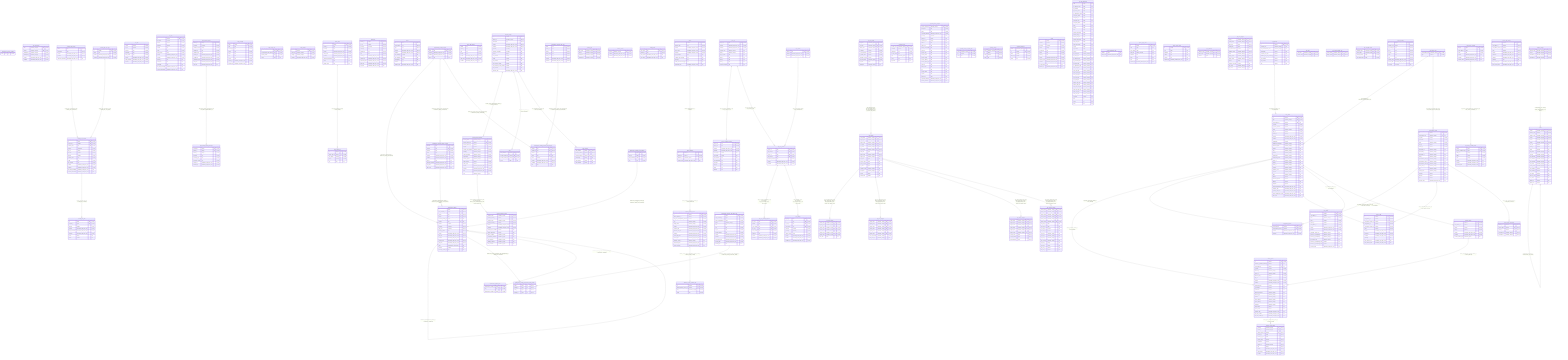
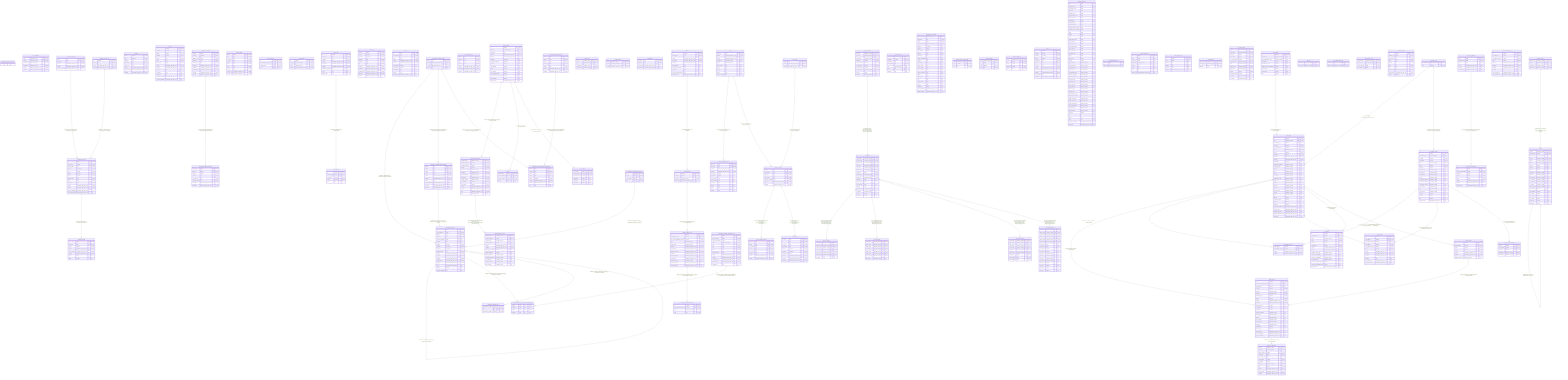
erDiagram

    allowed_tms_sensor_constant {
        name text PK "not null"
    }

    camera_preset {
        id numeric PK "not null"
        nearest_rd_weather_station_id numeric FK "null"
        road_station_id numeric FK "null"
        is_public boolean "not null"
        camera_id character_varying "not null"
        preset_id character_varying "not null"
        camera_lotju_id numeric "not null"
        lotju_id numeric "not null"
        created timestamp_with_time_zone "not null"
        modified timestamp_with_time_zone "not null"
        default_direction boolean "null"
        in_collection boolean "null"
        publishable boolean "null"
        camera_description character_varying "null"
        camera_type character_varying "null"
        direction character_varying "null"
        preset_name_1 character_varying "null"
        preset_name_2 character_varying "null"
        resolution character_varying "null"
        compression numeric "null"
        preset_order numeric "null"
        obsolete_date timestamp_with_time_zone "null"
        pic_last_modified timestamp_with_time_zone "null"
        pic_last_modified_db timestamp_with_time_zone "null"
    }

    camera_preset_history {
        preset_id character_varying PK "not null"
        version_id character_varying PK "not null"
        camera_preset_id numeric FK "not null"
        preset_seq bigint "not null"
        preset_seq_prev bigint "not null"
        preset_public boolean "not null"
        publishable boolean "not null"
        camera_id character_varying "not null"
        size integer "not null"
        created timestamp_with_time_zone "not null"
        last_modified timestamp_with_time_zone "not null"
        modified timestamp_with_time_zone "not null"
    }

    code_description {
        code character_varying PK "not null"
        domain character_varying PK "not null"
        description_en character_varying "not null"
        description_fi character_varying "not null"
        created timestamp_with_time_zone "not null"
        modified timestamp_with_time_zone "not null"
    }

    counting_site_counter {
        id bigint PK "not null"
        user_type_id smallint FK "not null"
        domain_name text FK "not null"
        location geography "not null"
        site_id integer "not null"
        direction smallint "not null"
        interval smallint "not null"
        domain_name text "not null"
        name text "not null"
        site_domain text "not null"
        created timestamp_with_time_zone "not null"
        modified timestamp_with_time_zone "not null"
        last_data_timestamp timestamp_with_time_zone "null"
        removed_timestamp timestamp_with_time_zone "null"
    }

    counting_site_data {
        id bigint PK "not null"
        counter_id bigint FK "not null"
        interval smallint "not null"
        created timestamp_with_time_zone "not null"
        data_timestamp timestamp_with_time_zone "not null"
        modified timestamp_with_time_zone "not null"
        count integer "null"
        status smallint "null"
    }

    counting_site_domain {
        name text PK "not null"
        description text "not null"
        created timestamp_with_time_zone "not null"
        modified timestamp_with_time_zone "not null"
        removed_timestamp timestamp_with_time_zone "null"
    }

    counting_site_user_type {
        id smallint PK "not null"
        name text "not null"
        created timestamp_with_time_zone "not null"
        modified timestamp_with_time_zone "not null"
    }

    cs2_data {
        counts numeric "not null"
        site_id numeric "not null"
        direction text "not null"
        granularity text "not null"
        travel_mode text "not null"
        created timestamp_with_time_zone "not null"
        data_timestamp timestamp_with_time_zone "not null"
        modified timestamp_with_time_zone "not null"
    }

    cs2_site {
        id numeric PK "not null"
        directional boolean "not null"
        latitude numeric "not null"
        longitude numeric "not null"
        domain text "not null"
        name text "not null"
        travel_modes text[] "not null"
        created timestamp_with_time_zone "not null"
        modified timestamp_with_time_zone "not null"
        custom_id text "null"
        description text "null"
        granularity text "null"
        last_data_timestamp timestamp_with_time_zone "null"
        removed_timestamp timestamp_with_time_zone "null"
    }

    data_datex2_situation {
        datex2_id integer PK "not null"
        geometry geometry "not null"
        situation_version integer "not null"
        situation_id text "not null"
        situation_type text "not null"
        created_at timestamp_with_time_zone "not null"
        modified_at timestamp_with_time_zone "not null"
        publication_time timestamp_with_time_zone "not null"
        start_time timestamp_with_time_zone "not null"
        end_time timestamp_with_time_zone "null"
    }

    data_datex2_situation_message {
        message_id integer PK "not null"
        datex2_id integer FK "not null"
        datex2_id integer "not null"
        message text "not null"
        message_type text "not null"
        message_version text "not null"
        created_at timestamp_with_time_zone "not null"
        modified_at timestamp_with_time_zone "not null"
    }

    data_incoming {
        data_id integer PK "not null"
        data text "not null"
        message_id text "not null"
        source text "not null"
        status text "not null"
        type text "not null"
        version text "not null"
        created_at timestamp_with_time_zone "not null"
        modified_at timestamp_with_time_zone "not null"
    }

    data_source_info {
        id text PK "not null"
        recommended_fetch_interval text "not null"
        update_interval text "not null"
        source text "null"
    }

    data_updated {
        id numeric PK "not null"
        data_type character_varying "not null"
        subtype character_varying "not null"
        updated timestamp_with_time_zone "not null"
    }

    datex2 {
        id numeric PK "not null"
        situation_type text "not null"
        created timestamp_with_time_zone "not null"
        import_date timestamp_with_time_zone "not null"
        modified timestamp_with_time_zone "not null"
        json_message json "null"
        original_json_message json "null"
        message text "null"
        traffic_announcement_type text "null"
        publication_time timestamp_with_time_zone "null"
    }

    datex2_rtti {
        datex2_id integer PK "not null"
        is_srti boolean "not null"
        geometry geometry "not null"
        message text "not null"
        situation_id text "not null"
        type text "not null"
        created_at timestamp_with_time_zone "not null"
        modified_at timestamp_with_time_zone "not null"
        publication_time timestamp_with_time_zone "not null"
        start_time timestamp_with_time_zone "not null"
        end_time timestamp_with_time_zone "null"
    }

    datex2_situation {
        id numeric PK "not null"
        datex2_id numeric FK "not null"
        situation_id character_varying "not null"
        version_time timestamp_with_time_zone "null"
    }

    datex2_situation_record {
        id numeric PK "not null"
        datex2_situation_id numeric FK "not null"
        life_cycle_management_canceled boolean "not null"
        type character_varying "not null"
        validy_status character_varying "not null"
        created timestamp_with_time_zone "not null"
        creation_time timestamp_with_time_zone "not null"
        effective_end_time timestamp_with_time_zone "not null"
        modified timestamp_with_time_zone "not null"
        overall_start_time timestamp_with_time_zone "not null"
        version_time timestamp_with_time_zone "not null"
        situation_record_id character_varying "null"
        observation_time timestamp_with_time_zone "null"
        overall_end_time timestamp_with_time_zone "null"
    }

    device {
        id text PK "not null"
        road_address text "not null"
        type text "not null"
        created timestamp_with_time_zone "not null"
        modified timestamp_with_time_zone "not null"
        etrs_tm35fin_x numeric "null"
        etrs_tm35fin_y numeric "null"
        carriageway text "null"
        direction text "null"
        deleted_date timestamp_with_time_zone "null"
    }

    device_data {
        id integer PK "not null"
        device_id text "not null"
        reliability text "not null"
        created timestamp_with_time_zone "not null"
        effect_date timestamp_with_time_zone "not null"
        modified timestamp_with_time_zone "not null"
        additional_information text "null"
        cause text "null"
        display_value text "null"
    }

    device_data_datex2 {
        datex2 text "not null"
        device_id text "not null"
        type text "not null"
        version text "not null"
        created timestamp_with_time_zone "not null"
        effect_date timestamp_with_time_zone "not null"
        modified timestamp_with_time_zone "null"
    }

    device_data_row {
        id integer PK "not null"
        device_data_id integer FK "not null"
        row_number numeric "not null"
        screen numeric "not null"
        text text "null"
    }

    forecast_condition_reason {
        forecast_name character_varying PK "not null"
        forecast_section_id numeric PK "not null"
        forecast_name character_varying FK "not null"
        forecast_section_id numeric FK "not null"
        created timestamp_with_time_zone "not null"
        modified timestamp_with_time_zone "not null"
        freezing_rain_condition boolean "null"
        winter_slipperiness boolean "null"
        friction_condition character_varying "null"
        precipitation_condition character_varying "null"
        road_condition character_varying "null"
        visibility_condition character_varying "null"
        wind_condition character_varying "null"
    }

    forecast_section {
        id numeric PK "not null"
        natural_id character_varying "not null"
        description text "not null"
        created timestamp_with_time_zone "not null"
        modified timestamp_with_time_zone "not null"
        geometry geometry "null"
        geometry_simplified geometry "null"
        version integer "null"
        end_distance numeric "null"
        length numeric "null"
        road_number numeric "null"
        road_section_number numeric "null"
        road_section_version_number numeric "null"
        start_distance numeric "null"
        obsolete_date timestamp_with_time_zone "null"
    }

    forecast_section_weather {
        forecast_name character_varying PK "not null"
        forecast_section_id numeric PK "not null"
        forecast_section_id numeric FK "not null"
        daylight boolean "not null"
        overall_road_condition character_varying "not null"
        reliability character_varying "not null"
        road_temperature character_varying "not null"
        temperature character_varying "not null"
        weather_symbol character_varying "not null"
        wind_direction numeric "not null"
        wind_speed numeric "not null"
        created timestamp_with_time_zone "not null"
        modified timestamp_with_time_zone "not null"
        time timestamp_with_time_zone "not null"
        type character_varying "null"
    }

    link_id {
        order_number integer PK "not null"
        forecast_section_id numeric PK "not null"
        forecast_section_id numeric FK "not null"
        link_id bigint "null"
    }

    location {
        version character_varying PK "not null"
        location_code numeric PK "not null"
        subtype_code character_varying FK "not null"
        version character_varying FK "not null"
        version character_varying FK "not null"
        version character_varying FK "not null"
        area_ref numeric FK "null"
        linear_ref numeric FK "null"
        urban boolean "null"
        first_name character_varying "null"
        geocode character_varying "null"
        neg_direction character_varying "null"
        pos_direction character_varying "null"
        road_junction character_varying "null"
        road_name character_varying "null"
        second_name character_varying "null"
        etrs_tm35fin_x numeric "null"
        etrs_tm35fin_y numeric "null"
        neg_offset numeric "null"
        order_of_point numeric "null"
        pos_offset numeric "null"
        wgs84_lat numeric "null"
        wgs84_long numeric "null"
    }

    location_subtype {
        subtype_code character_varying PK "not null"
        version character_varying PK "not null"
        description_en character_varying "not null"
        description_fi character_varying "not null"
    }

    location_type {
        type_code character_varying PK "not null"
        version character_varying PK "not null"
        description_en character_varying "not null"
        description_fi character_varying "not null"
    }

    location_version {
        version character_varying PK "not null"
        created timestamp_with_time_zone "not null"
        modified timestamp_with_time_zone "not null"
    }

    locking_table {
        lock_name text PK "not null"
        instance_id text "not null"
        lock_expires timestamp_with_time_zone "null"
        lock_locked timestamp_with_time_zone "null"
    }

    maintenance_tracking {
        id bigint PK "not null"
        work_machine_id bigint FK "not null"
        domain text FK "not null"
        domain text FK "not null"
        previous_tracking_id bigint FK "null"
        contract text FK "null"
        finished boolean "not null"
        geometry geometry "not null"
        last_point geometry "not null"
        sending_system text "not null"
        created timestamp_with_time_zone "not null"
        end_time timestamp_with_time_zone "not null"
        modified timestamp_with_time_zone "not null"
        sending_time timestamp_with_time_zone "not null"
        start_time timestamp_with_time_zone "not null"
        tasks maintenance_task_enum[] "null"
        direction numeric "null"
        message_original_id text "null"
    }

    maintenance_tracking_domain {
        name text PK "not null"
        created timestamp_with_time_zone "not null"
        modified timestamp_with_time_zone "not null"
        source text "null"
    }

    maintenance_tracking_domain_contract {
        contract text PK "not null"
        domain text PK "not null"
        domain text FK "not null"
        name text "not null"
        created timestamp_with_time_zone "not null"
        modified timestamp_with_time_zone "not null"
        source text "null"
        data_last_updated timestamp_with_time_zone "null"
        end_date timestamp_with_time_zone "null"
        start_date timestamp_with_time_zone "null"
    }

    maintenance_tracking_domain_task_mapping {
        domain text PK "not null"
        original_id text PK "not null"
        domain text FK "not null"
        name text FK "null"
        ignore boolean "not null"
        created timestamp_with_time_zone "not null"
        modified timestamp_with_time_zone "not null"
        info text "null"
    }

    maintenance_tracking_observation_data {
        id bigint PK "not null"
        harja_contract_id bigint "not null"
        harja_workmachine_id bigint "not null"
        status character_varying "not null"
        hash text "not null"
        json text "not null"
        s3_uri text "not null"
        sending_system text "not null"
        created timestamp_with_time_zone "not null"
        modified timestamp_with_time_zone "not null"
        observation_time timestamp_with_time_zone "not null"
        sending_time timestamp_with_time_zone "not null"
        handling_info text "null"
    }

    maintenance_tracking_observation_data_tracking {
        data_id bigint PK "not null"
        tracking_id bigint PK "not null"
        data_id bigint FK "not null"
        tracking_id bigint FK "not null"
    }

    maintenance_tracking_task {
        maintenance_tracking_id bigint PK "not null"
        task text PK "not null"
        maintenance_tracking_id bigint FK "not null"
    }

    maintenance_tracking_task_value {
        name text PK "not null"
        name_en text "not null"
        name_fi text "not null"
        name_harja text "not null"
        name_sv text "not null"
        created timestamp_with_time_zone "not null"
        modified timestamp_with_time_zone "not null"
    }

    maintenance_tracking_work_machine {
        id bigint PK "not null"
        harja_id bigint "not null"
        harja_urakka_id bigint "not null"
        type text "not null"
    }

    ocpi_cpo {
        dt_cpo_id text PK "not null"
        created timestamp_with_time_zone "not null"
        modified timestamp_with_time_zone "not null"
        country_code character_varying "null"
        party_id character_varying "null"
        dt_cpo_name text "null"
        token_a text "null"
        token_b text "null"
        token_c text "null"
        versions_endpoint text "null"
    }

    ocpi_cpo_business_details {
        dt_cpo_id text PK "not null"
        dt_cpo_id text FK "not null"
        created timestamp_with_time_zone "not null"
        modified timestamp_with_time_zone "not null"
        logo_height integer "null"
        logo_width integer "null"
        logo_category text "null"
        logo_thumbnail text "null"
        logo_type text "null"
        logo_url text "null"
        name text "null"
        website text "null"
    }

    ocpi_cpo_module_endpoint {
        dt_cpo_id text PK "not null"
        module text PK "not null"
        ocpi_version text PK "not null"
        dt_cpo_id text FK "not null"
        ocpi_version text FK "not null"
        endpoint text "not null"
        created timestamp_with_time_zone "not null"
        modified timestamp_with_time_zone "not null"
    }

    ocpi_cpo_version {
        dt_cpo_id text PK "not null"
        ocpi_version text PK "not null"
        dt_cpo_id text FK "not null"
        ocpi_version text FK "not null"
        endpoints_endpoint text "not null"
        created timestamp_with_time_zone "not null"
        modified timestamp_with_time_zone "not null"
    }

    ocpi_location {
        dt_cpo_id text PK "not null"
        id text PK "not null"
        dt_cpo_id text FK "not null"
        ocpi_version text FK "not null"
        removed boolean "not null"
        geometry geometry "not null"
        location_object jsonb "not null"
        created timestamp_with_time_zone "not null"
        modified timestamp_with_time_zone "not null"
        modified_cpo timestamp_with_time_zone "not null"
    }

    ocpi_version {
        version text PK "not null"
        created timestamp_with_time_zone "not null"
        modified timestamp_with_time_zone "not null"
    }

    open311_service {
        service_code character_varying PK "not null"
        metadata boolean "not null"
        description text "not null"
        service_name text "not null"
        type character_varying "null"
        group text "null"
        keywords text "null"
    }

    open311_service_request {
        service_request_id character_varying PK "not null"
        description text "not null"
        status text "not null"
        requested_datetime timestamp_with_time_zone "not null"
        geometry geometry "null"
        subject_id integer "null"
        subsubject_id integer "null"
        address text "null"
        address_id text "null"
        agency_responsible text "null"
        media_url text "null"
        service_code text "null"
        service_name text "null"
        service_notice text "null"
        service_object_id text "null"
        service_object_type text "null"
        status_id text "null"
        status_notes text "null"
        title text "null"
        vendor_status text "null"
        zipcode text "null"
        media_urls text[] "null"
        expected_datetime timestamp_with_time_zone "null"
        updated_datetime timestamp_with_time_zone "null"
    }

    open311_service_request_state {
        locale character_varying PK "not null"
        key smallint PK "not null"
        name text "not null"
    }

    open311_subject {
        locale character_varying PK "not null"
        id integer PK "not null"
        active smallint "not null"
        name text "not null"
    }

    open311_subsubject {
        locale character_varying PK "not null"
        id integer PK "not null"
        active smallint "not null"
        subject_id smallint "not null"
        name text "not null"
    }

    permit {
        id integer PK "not null"
        removed boolean "not null"
        geometry geometry "not null"
        version integer "not null"
        permit_type text "not null"
        source text "not null"
        source_id text "not null"
        created timestamp_with_time_zone "not null"
        effective_from timestamp_with_time_zone "not null"
        modified timestamp_with_time_zone "not null"
        permit_subject text "null"
        effective_to timestamp_with_time_zone "null"
    }

    pg_stat_statements {
        calls bigint "null"
+         jit_deform_count bigint "null"
        jit_emission_count bigint "null"
        jit_functions bigint "null"
        jit_inlining_count bigint "null"
        jit_optimization_count bigint "null"
        local_blks_dirtied bigint "null"
        local_blks_hit bigint "null"
        local_blks_read bigint "null"
        local_blks_written bigint "null"
+         parallel_workers_launched bigint "null"
+         parallel_workers_to_launch bigint "null"
        plans bigint "null"
        queryid bigint "null"
        rows bigint "null"
        shared_blks_dirtied bigint "null"
        shared_blks_hit bigint "null"
        shared_blks_read bigint "null"
        shared_blks_written bigint "null"
        temp_blks_read bigint "null"
        temp_blks_written bigint "null"
+         wal_buffers_full bigint "null"
        wal_fpi bigint "null"
        wal_records bigint "null"
        toplevel boolean "null"
-         blk_read_time double_precision "null"
-         blk_write_time double_precision "null"
+         jit_deform_time double_precision "null"
        jit_emission_time double_precision "null"
        jit_generation_time double_precision "null"
        jit_inlining_time double_precision "null"
        jit_optimization_time double_precision "null"
+         local_blk_read_time double_precision "null"
+         local_blk_write_time double_precision "null"
        max_exec_time double_precision "null"
        max_plan_time double_precision "null"
        mean_exec_time double_precision "null"
        mean_plan_time double_precision "null"
        min_exec_time double_precision "null"
        min_plan_time double_precision "null"
+         shared_blk_read_time double_precision "null"
+         shared_blk_write_time double_precision "null"
        stddev_exec_time double_precision "null"
        stddev_plan_time double_precision "null"
        temp_blk_read_time double_precision "null"
        temp_blk_write_time double_precision "null"
        total_exec_time double_precision "null"
        total_plan_time double_precision "null"
        wal_bytes numeric "null"
        dbid oid "null"
        userid oid "null"
        query text "null"
+         minmax_stats_since timestamp_with_time_zone "null"
+         stats_since timestamp_with_time_zone "null"
    }

    pg_stat_statements_info {
        dealloc bigint "null"
        stats_reset timestamp_with_time_zone "null"
    }

    pghero_query_stats {
        id integer PK "not null"
        calls bigint "null"
        query_hash bigint "null"
        total_time double_precision "null"
        database text "null"
        query text "null"
        user text "null"
        captured_at timestamp_without_time_zone "null"
    }

    pghero_space_stats {
        id integer PK "not null"
        size bigint "null"
        database text "null"
        relation text "null"
        schema text "null"
        captured_at timestamp_without_time_zone "null"
    }

    qrtz_blob_triggers {
        sched_name character_varying PK "not null"
        trigger_group character_varying PK "not null"
        trigger_name character_varying PK "not null"
        sched_name character_varying FK "not null"
        trigger_group character_varying FK "not null"
        trigger_name character_varying FK "not null"
        blob_data bytea "null"
    }

    qrtz_calendars {
        calendar_name character_varying PK "not null"
        sched_name character_varying PK "not null"
        calendar bytea "not null"
    }

    qrtz_cron_triggers {
        sched_name character_varying PK "not null"
        trigger_group character_varying PK "not null"
        trigger_name character_varying PK "not null"
        sched_name character_varying FK "not null"
        trigger_group character_varying FK "not null"
        trigger_name character_varying FK "not null"
        cron_expression character_varying "not null"
        time_zone_id character_varying "null"
    }

    qrtz_fired_triggers {
        entry_id character_varying PK "not null"
        sched_name character_varying PK "not null"
        fired_time bigint "not null"
        sched_time bigint "not null"
        is_nonconcurrent boolean "not null"
        instance_name character_varying "not null"
        state character_varying "not null"
        trigger_group character_varying "not null"
        trigger_name character_varying "not null"
        priority integer "not null"
        requests_recovery boolean "null"
        job_group character_varying "null"
        job_name character_varying "null"
    }

    qrtz_job_details {
        job_group character_varying PK "not null"
        job_name character_varying PK "not null"
        sched_name character_varying PK "not null"
        is_durable boolean "not null"
        is_nonconcurrent boolean "not null"
        is_update_data boolean "not null"
        requests_recovery boolean "not null"
        job_class_name character_varying "not null"
        job_data bytea "null"
        description character_varying "null"
    }

    qrtz_locks {
        lock_name character_varying PK "not null"
        sched_name character_varying PK "not null"
    }

    qrtz_paused_trigger_grps {
        sched_name character_varying PK "not null"
        trigger_group character_varying PK "not null"
    }

    qrtz_scheduler_state {
        instance_name character_varying PK "not null"
        sched_name character_varying PK "not null"
        checkin_interval bigint "not null"
        last_checkin_time bigint "not null"
    }

    qrtz_simple_triggers {
        sched_name character_varying PK "not null"
        trigger_group character_varying PK "not null"
        trigger_name character_varying PK "not null"
        sched_name character_varying FK "not null"
        trigger_group character_varying FK "not null"
        trigger_name character_varying FK "not null"
        repeat_count bigint "not null"
        repeat_interval bigint "not null"
        times_triggered bigint "not null"
    }

    qrtz_simprop_triggers {
        sched_name character_varying PK "not null"
        trigger_group character_varying PK "not null"
        trigger_name character_varying PK "not null"
        sched_name character_varying FK "not null"
        trigger_group character_varying FK "not null"
        trigger_name character_varying FK "not null"
        long_prop_1 bigint "null"
        long_prop_2 bigint "null"
        bool_prop_1 boolean "null"
        bool_prop_2 boolean "null"
        str_prop_1 character_varying "null"
        str_prop_2 character_varying "null"
        str_prop_3 character_varying "null"
        time_zone_id character_varying "null"
        int_prop_1 integer "null"
        int_prop_2 integer "null"
        dec_prop_1 numeric "null"
        dec_prop_2 numeric "null"
    }

    qrtz_triggers {
        sched_name character_varying PK "not null"
        trigger_group character_varying PK "not null"
        trigger_name character_varying PK "not null"
        job_group character_varying FK "not null"
        job_name character_varying FK "not null"
        sched_name character_varying FK "not null"
        start_time bigint "not null"
        trigger_state character_varying "not null"
        trigger_type character_varying "not null"
        end_time bigint "null"
        next_fire_time bigint "null"
        prev_fire_time bigint "null"
        job_data bytea "null"
        calendar_name character_varying "null"
        description character_varying "null"
        priority integer "null"
        misfire_instr smallint "null"
    }

    region_geometry {
        id integer PK "not null"
        location_code integer "not null"
        git_commit_id text "not null"
        git_id text "not null"
        git_path text "not null"
        name text "not null"
        type text "not null"
        effective_date timestamp_with_time_zone "not null"
        version_date timestamp_with_time_zone "not null"
        geometry geometry "null"
    }

    road_address {
        id numeric PK "not null"
        contract_area character_varying "null"
        road_maintenance_class character_varying "null"
        carriageway numeric "null"
        contract_area_code numeric "null"
        distance_from_road_section_st numeric "null"
        road_number numeric "null"
        road_section numeric "null"
        side numeric "null"
    }

    road_segment {
        order_number integer PK "not null"
        forecast_section_id numeric PK "not null"
        forecast_section_id numeric FK "not null"
        carriageway integer "null"
        end_distance integer "null"
        start_distance integer "null"
    }

    road_station {
        id numeric PK "not null"
        type character_varying FK "not null"
        road_address_id numeric FK "null"
        is_public boolean "not null"
        is_public_previous boolean "not null"
        name character_varying "not null"
        lotju_id numeric "not null"
        natural_id numeric "not null"
        created timestamp_with_time_zone "not null"
        modified timestamp_with_time_zone "not null"
        publishable boolean "null"
        additional_information character_varying "null"
        collection_status character_varying "null"
        country character_varying "null"
        livi_id character_varying "null"
        location character_varying "null"
        municipality character_varying "null"
        municipality_code character_varying "null"
        name_en character_varying "null"
        name_fi character_varying "null"
        name_sv character_varying "null"
        province character_varying "null"
        province_code character_varying "null"
        purpose character_varying "null"
        state character_varying "null"
        altitude numeric "null"
        collection_interval numeric "null"
        latitude numeric "null"
        longitude numeric "null"
        annual_maintenance_date timestamp_with_time_zone "null"
        obsolete_date timestamp_with_time_zone "null"
        publicity_start_time timestamp_with_time_zone "null"
        repair_maintenance_date timestamp_with_time_zone "null"
        start_date timestamp_with_time_zone "null"
    }

    road_station_sensor {
        id numeric PK "not null"
        road_station_type character_varying FK "null"
        is_public boolean "not null"
        publishable boolean "not null"
        name character_varying "not null"
        lotju_id numeric "not null"
        natural_id numeric "not null"
        description_en character_varying "null"
        description_fi character_varying "null"
        description_sv character_varying "null"
        name_fi character_varying "null"
        presentation_name_en character_varying "null"
        presentation_name_fi character_varying "null"
        presentation_name_sv character_varying "null"
        short_name_fi character_varying "null"
        unit character_varying "null"
        vehicle_class character_varying "null"
        accuracy numeric "null"
        direction numeric "null"
        lane numeric "null"
        obsolete_date timestamp_with_time_zone "null"
    }

    road_station_sensors {
        road_station_id numeric FK "not null"
        road_station_sensor_id numeric FK "not null"
        created timestamp_with_time_zone "not null"
        modified timestamp_with_time_zone "not null"
    }

    road_station_type {
        road_station_type character_varying PK "not null"
        type numeric "not null"
    }

    sensor_value {
        id numeric PK "not null"
        road_station_id numeric FK "not null"
        road_station_sensor_id numeric FK "not null"
        road_station_id numeric "not null"
        road_station_sensor_id numeric "not null"
        value numeric "not null"
        created timestamp_with_time_zone "not null"
        measured timestamp_with_time_zone "not null"
        modified timestamp_with_time_zone "not null"
        reliability text "null"
        time_window_end timestamp_with_time_zone "null"
        time_window_start timestamp_with_time_zone "null"
    }

    sensor_value_description {
        sensor_id numeric PK "not null"
        sensor_value numeric PK "not null"
        sensor_id numeric FK "not null"
        description_en character_varying "not null"
        description_fi character_varying "not null"
    }

    sensor_value_history {
        id numeric PK "not null"
        road_station_id numeric "not null"
        road_station_sensor_id numeric "not null"
        value numeric "not null"
        created timestamp_with_time_zone "not null"
        measured timestamp_with_time_zone "not null"
        modified timestamp_with_time_zone "not null"
        reliability text "null"
        time_window_end timestamp_with_time_zone "null"
        time_window_start timestamp_with_time_zone "null"
    }

    situation_record_comment_i18n {
        id numeric PK "not null"
        datex2_situation_record_id numeric FK "not null"
        lang character_varying "not null"
        value text "not null"
    }

    tms_sensor_constant {
        lotju_id bigint PK "not null"
        road_station_id bigint "not null"
        name text "not null"
        created timestamp_with_time_zone "null"
        modified timestamp_with_time_zone "null"
        obsolete_date timestamp_with_time_zone "null"
    }

    tms_sensor_constant_value {
        lotju_id bigint PK "not null"
        sensor_constant_lotju_id bigint FK "not null"
        valid_from integer "not null"
        valid_to integer "not null"
        value integer "not null"
        created timestamp_with_time_zone "null"
        modified timestamp_with_time_zone "null"
        obsolete_date timestamp_with_time_zone "null"
    }

    tms_station {
        id numeric PK "not null"
        road_station_id numeric FK "not null"
        name character_varying "not null"
        lotju_id numeric "not null"
        natural_id numeric "not null"
        road_station_id numeric "not null"
        created timestamp_with_time_zone "not null"
        modified timestamp_with_time_zone "not null"
        calculator_device_type character_varying "null"
        direction_1_municipality character_varying "null"
        direction_2_municipality character_varying "null"
        tms_station_type character_varying "null"
        direction_1_municipality_code numeric "null"
        direction_2_municipality_code numeric "null"
        obsolete_date timestamp_with_time_zone "null"
    }

    weather_station {
        id numeric PK "not null"
        road_station_id numeric FK "not null"
        master boolean "not null"
        lotju_id numeric "not null"
        created timestamp_with_time_zone "not null"
        modified timestamp_with_time_zone "not null"
        weather_station_type character_varying "null"
    }

    camera_preset ||--o{ camera_preset_history : "camera_preset_history(camera_preset_id) -> camera_preset(id)"
    counting_site_counter ||--o{ counting_site_data : "counting_site_data(counter_id) -> counting_site_counter(id)"
    counting_site_domain ||--o{ counting_site_counter : "counting_site_counter(domain_name) -> counting_site_domain(name)"
    counting_site_user_type ||--o{ counting_site_counter : "counting_site_counter(user_type_id) -> counting_site_user_type(id)"
    data_datex2_situation ||--o{ data_datex2_situation_message : "data_datex2_situation_message(datex2_id) -> data_datex2_situation(datex2_id)"
    datex2 ||--o{ datex2_situation : "datex2_situation(datex2_id) -> datex2(id)"
    datex2_situation ||--o{ datex2_situation_record : "datex2_situation_record(datex2_situation_id) -> datex2_situation(id)"
    datex2_situation_record ||--o{ situation_record_comment_i18n : "situation_record_comment_i18n(datex2_situation_record_id) -> datex2_situation_record(id)"
    device_data ||--o{ device_data_row : "device_data_row(device_data_id) -> device_data(id)"
    forecast_section ||--o{ forecast_section_weather : "forecast_section_weather(forecast_section_id) -> forecast_section(id)"
    forecast_section ||--o{ link_id : "link_id(forecast_section_id) -> forecast_section(id)"
    forecast_section ||--o{ road_segment : "road_segment(forecast_section_id) -> forecast_section(id)"
    forecast_section_weather ||--o{ forecast_condition_reason : "forecast_condition_reason(forecast_name, forecast_section_id) -> forecast_section_weather(forecast_name, forecast_section_id)"
    location ||--o{ location : "location(area_ref, version) -> location(location_code, version)"
    location ||--o{ location : "location(linear_ref, version) -> location(location_code, version)"
    location_subtype ||--o{ location : "location(subtype_code, version) -> location_subtype(subtype_code, version)"
    maintenance_tracking ||--o{ maintenance_tracking : "maintenance_tracking(previous_tracking_id) -> maintenance_tracking(id)"
    maintenance_tracking ||--o{ maintenance_tracking_observation_data_tracking : "maintenance_tracking_observation_data_tracking(tracking_id) -> maintenance_tracking(id)"
    maintenance_tracking ||--o{ maintenance_tracking_task : "maintenance_tracking_task(maintenance_tracking_id) -> maintenance_tracking(id)"
    maintenance_tracking_domain ||--o{ maintenance_tracking : "maintenance_tracking(domain) -> maintenance_tracking_domain(name)"
    maintenance_tracking_domain ||--o{ maintenance_tracking_domain_contract : "maintenance_tracking_domain_contract(domain) -> maintenance_tracking_domain(name)"
    maintenance_tracking_domain ||--o{ maintenance_tracking_domain_task_mapping : "maintenance_tracking_domain_task_mapping(domain) -> maintenance_tracking_domain(name)"
    maintenance_tracking_domain_contract ||--o{ maintenance_tracking : "maintenance_tracking(contract, domain) -> maintenance_tracking_domain_contract(contract, domain)"
    maintenance_tracking_observation_data ||--o{ maintenance_tracking_observation_data_tracking : "maintenance_tracking_observation_data_tracking(data_id) -> maintenance_tracking_observation_data(id)"
    maintenance_tracking_task_value ||--o{ maintenance_tracking_domain_task_mapping : "maintenance_tracking_domain_task_mapping(name) -> maintenance_tracking_task_value(name)"
    maintenance_tracking_work_machine ||--o{ maintenance_tracking : "maintenance_tracking(work_machine_id) -> maintenance_tracking_work_machine(id)"
    ocpi_cpo ||--o{ ocpi_cpo_business_details : "ocpi_cpo_business_details(dt_cpo_id) -> ocpi_cpo(dt_cpo_id)"
    ocpi_cpo ||--o{ ocpi_cpo_version : "ocpi_cpo_version(dt_cpo_id) -> ocpi_cpo(dt_cpo_id)"
    ocpi_cpo_version ||--o{ ocpi_cpo_module_endpoint : "ocpi_cpo_module_endpoint(dt_cpo_id, ocpi_version) -> ocpi_cpo_version(dt_cpo_id, ocpi_version)"
    ocpi_cpo_version ||--o{ ocpi_location : "ocpi_location(dt_cpo_id, ocpi_version) -> ocpi_cpo_version(dt_cpo_id, ocpi_version)"
    ocpi_version ||--o{ ocpi_cpo_version : "ocpi_cpo_version(ocpi_version) -> ocpi_version(version)"
    qrtz_job_details ||--o{ qrtz_triggers : "qrtz_triggers(job_group, job_name, sched_name) -> qrtz_job_details(job_group, job_name, sched_name)"
    qrtz_triggers ||--o{ qrtz_blob_triggers : "qrtz_blob_triggers(sched_name, trigger_group, trigger_name) -> qrtz_triggers(sched_name, trigger_group, trigger_name)"
    qrtz_triggers ||--o{ qrtz_cron_triggers : "qrtz_cron_triggers(sched_name, trigger_group, trigger_name) -> qrtz_triggers(sched_name, trigger_group, trigger_name)"
    qrtz_triggers ||--o{ qrtz_simple_triggers : "qrtz_simple_triggers(sched_name, trigger_group, trigger_name) -> qrtz_triggers(sched_name, trigger_group, trigger_name)"
    qrtz_triggers ||--o{ qrtz_simprop_triggers : "qrtz_simprop_triggers(sched_name, trigger_group, trigger_name) -> qrtz_triggers(sched_name, trigger_group, trigger_name)"
    road_address ||--o{ road_station : "road_station(road_address_id) -> road_address(id)"
    road_station ||--o{ camera_preset : "camera_preset(road_station_id) -> road_station(id)"
    road_station ||--o{ road_station_sensors : "road_station_sensors(road_station_id) -> road_station(id)"
    road_station ||--o{ sensor_value : "sensor_value(road_station_id) -> road_station(id)"
    road_station ||--o{ tms_station : "tms_station(road_station_id) -> road_station(id)"
    road_station ||--o{ weather_station : "weather_station(road_station_id) -> road_station(id)"
    road_station_sensor ||--o{ road_station_sensors : "road_station_sensors(road_station_sensor_id) -> road_station_sensor(id)"
    road_station_sensor ||--o{ sensor_value : "sensor_value(road_station_sensor_id) -> road_station_sensor(id)"
    road_station_sensor ||--o{ sensor_value_description : "sensor_value_description(sensor_id) -> road_station_sensor(id)"
    road_station_type ||--o{ road_station : "road_station(type) -> road_station_type(road_station_type)"
    road_station_type ||--o{ road_station_sensor : "road_station_sensor(road_station_type) -> road_station_type(road_station_type)"
    tms_sensor_constant ||--o{ tms_sensor_constant_value : "tms_sensor_constant_value(sensor_constant_lotju_id) -> tms_sensor_constant(lotju_id)"
    weather_station ||--o{ camera_preset : "camera_preset(nearest_rd_weather_station_id) -> weather_station(id)"
